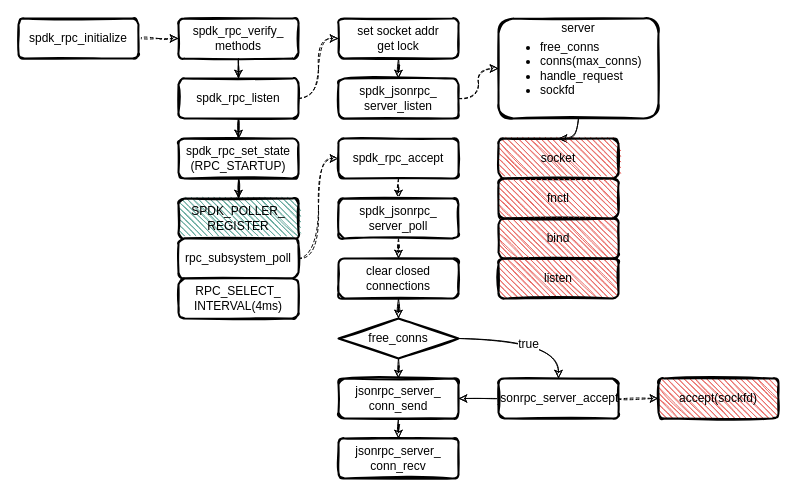
This is page "rpc" (5 of 6) of spdk/spdk.drawio from EarthWind/deeparch, a draw.io file, before an edit. Source tidied: cells renumbered, new cells numbered last; positions are measured from the earlier drawing's top-left corner, leaving out a move shared by most shapes. Both pictures are drawn from the tidied source at 100%, with x=0, y=0 at pixel (18, 18).
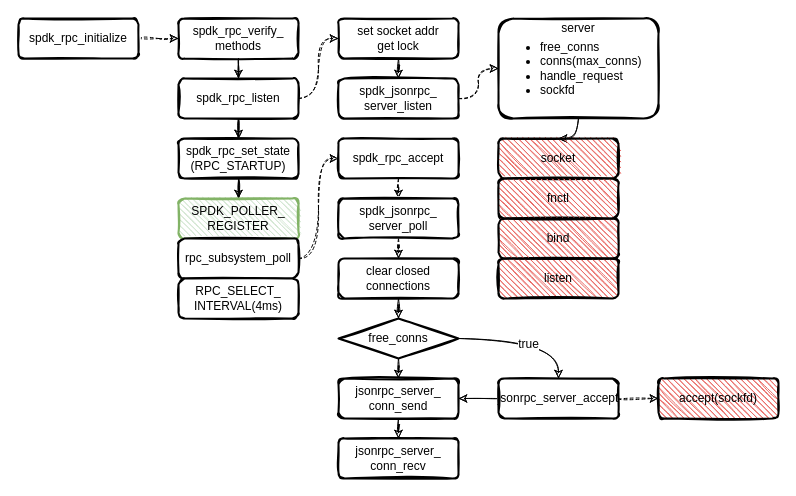
Above is the later version.

What changed in the source:
```diff
@@
-    <mxCell id="11" value="SPDK_POLLER_&lt;br&gt;REGISTER" style="rounded=1;whiteSpace=wrap;html=1;strokeWidth=2;fillWeight=1;hachureGap=4;hachureAngle=45;sketch=1;fillColor=#67AB9F;" parent="1" vertex="1">
+    <mxCell id="11" value="SPDK_POLLER_&lt;br&gt;REGISTER" style="rounded=1;whiteSpace=wrap;html=1;strokeWidth=2;fillWeight=1;hachureGap=4;hachureAngle=45;sketch=1;fillColor=#d5e8d4;strokeColor=#82b366;" parent="1" vertex="1">
       <mxGeometry x="160" y="180" width="120" height="40" as="geometry" />
     </mxCell>
```
